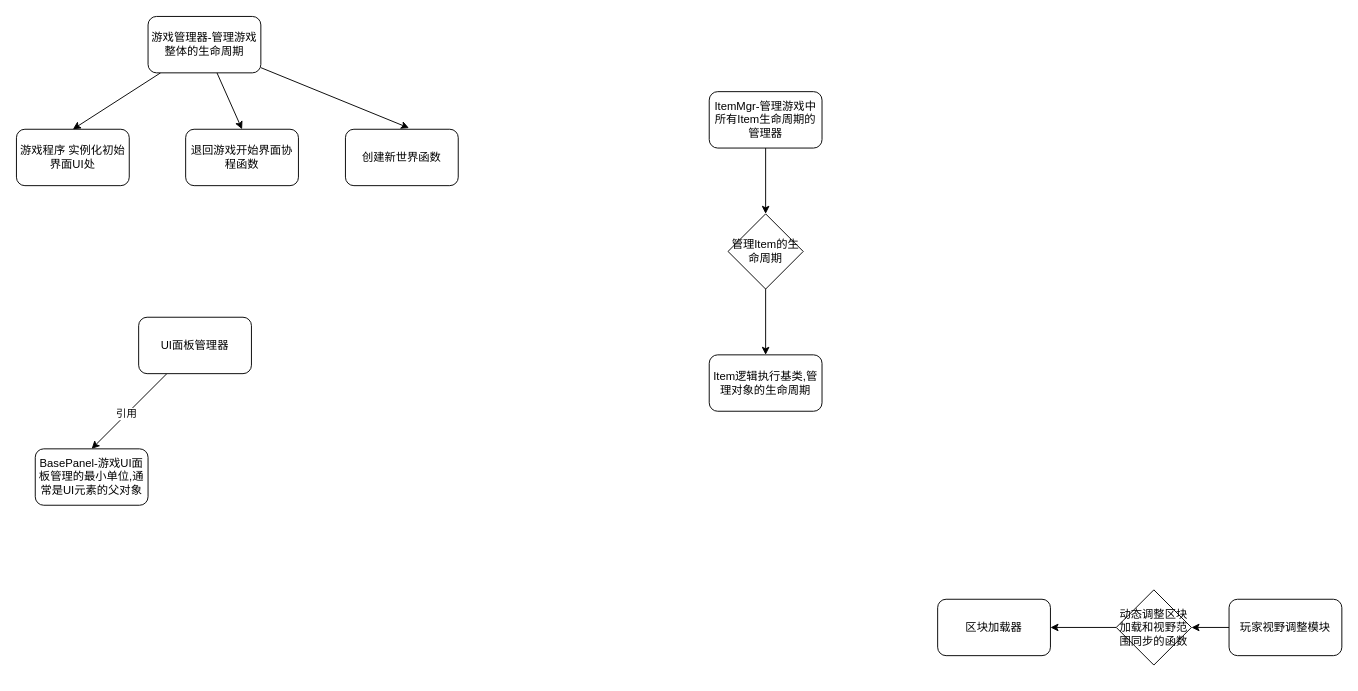
XDIOEZ/TerraFlat keeps this draw.io diagram as page "管理器" (1 of 3) of 开发文档文件夹/_Using/游戏代码架构图.drawio. Above is the earlier version. Source tidied: cells renumbered, new cells numbered last; positions are measured from the earlier drawing's top-left corner, leaving out a move shared by most shapes. Both pictures are drawn from the tidied source at 94%, with x=0, y=0 at pixel (16, 16).
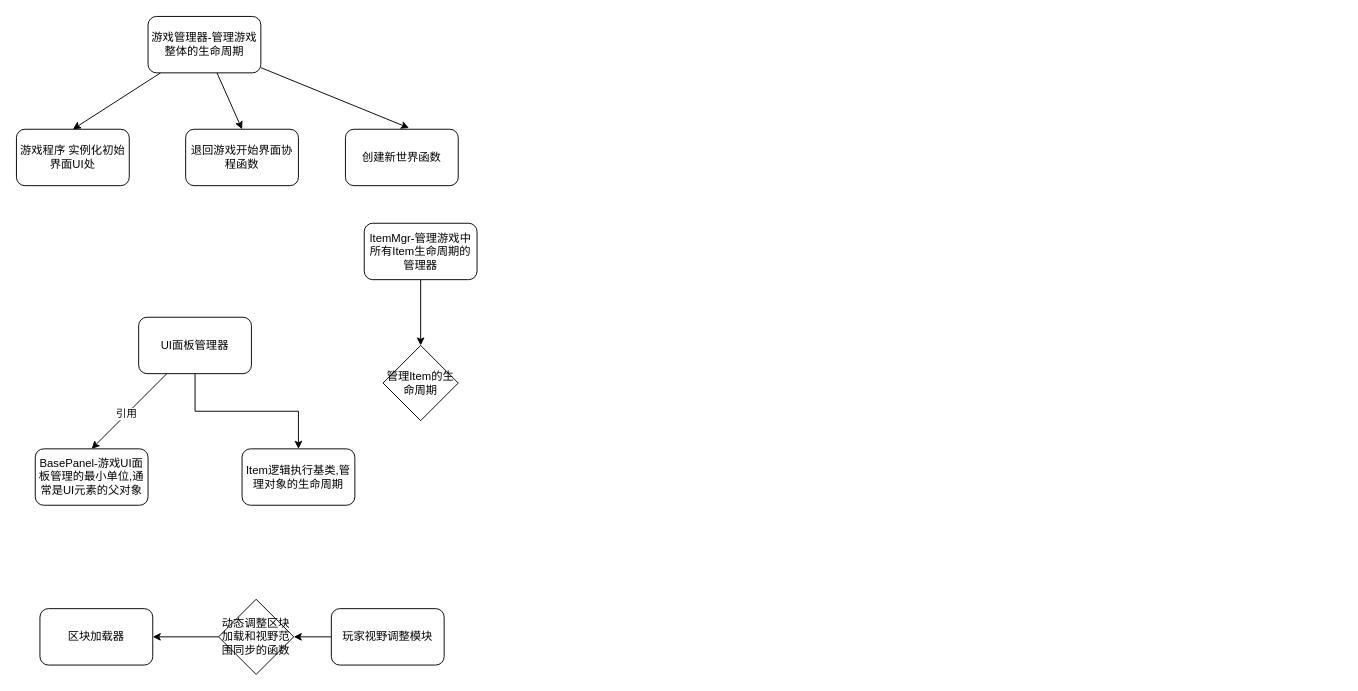
The same page after the edit.

Unchanged cells that the change refers to:
```xml
<mxCell id="6" value="UI面板管理器" style="rounded=1;whiteSpace=wrap;html=1;" parent="1" vertex="1">
  <mxGeometry x="130" y="320" width="120" height="60" as="geometry" />
</mxCell>
```

The edit, as a diff of the source:
```diff
@@
     <mxCell id="13" value="Item逻辑执行基类,管理对象的生命周期" style="rounded=1;whiteSpace=wrap;html=1;" parent="1" vertex="1">
-      <mxGeometry x="737" y="360" width="120" height="60" as="geometry" />
+      <mxGeometry x="240" y="460" width="120" height="60" as="geometry" />
     </mxCell>
     <mxCell id="14" value="区块加载器" style="rounded=1;whiteSpace=wrap;html=1;" parent="1" vertex="1">
-      <mxGeometry x="980" y="620" width="120" height="60" as="geometry" />
+      <mxGeometry x="25" y="630" width="120" height="60" as="geometry" />
     </mxCell>
@@
     <mxCell id="16" value="玩家视野调整模块" style="rounded=1;whiteSpace=wrap;html=1;" parent="1" vertex="1">
-      <mxGeometry x="1290" y="620" width="120" height="60" as="geometry" />
+      <mxGeometry x="335" y="630" width="120" height="60" as="geometry" />
     </mxCell>
@@
     <mxCell id="18" value="动态调整区块加载和视野范围同步的函数" style="rhombus;whiteSpace=wrap;html=1;" parent="1" vertex="1">
-      <mxGeometry x="1170" y="610" width="80" height="80" as="geometry" />
+      <mxGeometry x="215" y="620" width="80" height="80" as="geometry" />
     </mxCell>
@@
     <mxCell id="20" value="ItemMgr-管理游戏中所有Item生命周期的管理器" style="rounded=1;whiteSpace=wrap;html=1;" parent="1" vertex="1">
-      <mxGeometry x="737" y="80" width="120" height="60" as="geometry" />
+      <mxGeometry x="370" y="220" width="120" height="60" as="geometry" />
     </mxCell>
-    <mxCell id="21" style="edgeStyle=orthogonalEdgeStyle;rounded=0;jettySize=auto;html=1;entryX=0.5;entryY=0;entryDx=0;entryDy=0;" parent="1" edge="1" source="22" target="13">
-      <mxGeometry relative="1" as="geometry" />
-    </mxCell>
     <mxCell id="22" value="管理Item的生命周期" style="rhombus;whiteSpace=wrap;html=1;" parent="1" vertex="1">
-      <mxGeometry x="757" y="210" width="80" height="80" as="geometry" />
+      <mxGeometry x="390" y="350" width="80" height="80" as="geometry" />
     </mxCell>
+    <mxCell id="23" style="edgeStyle=orthogonalEdgeStyle;rounded=0;jettySize=auto;html=1;entryX=0.5;entryY=0;entryDx=0;entryDy=0;" parent="1" edge="1" source="6" target="13">
+      <mxGeometry relative="1" as="geometry" />
+    </mxCell>
```
